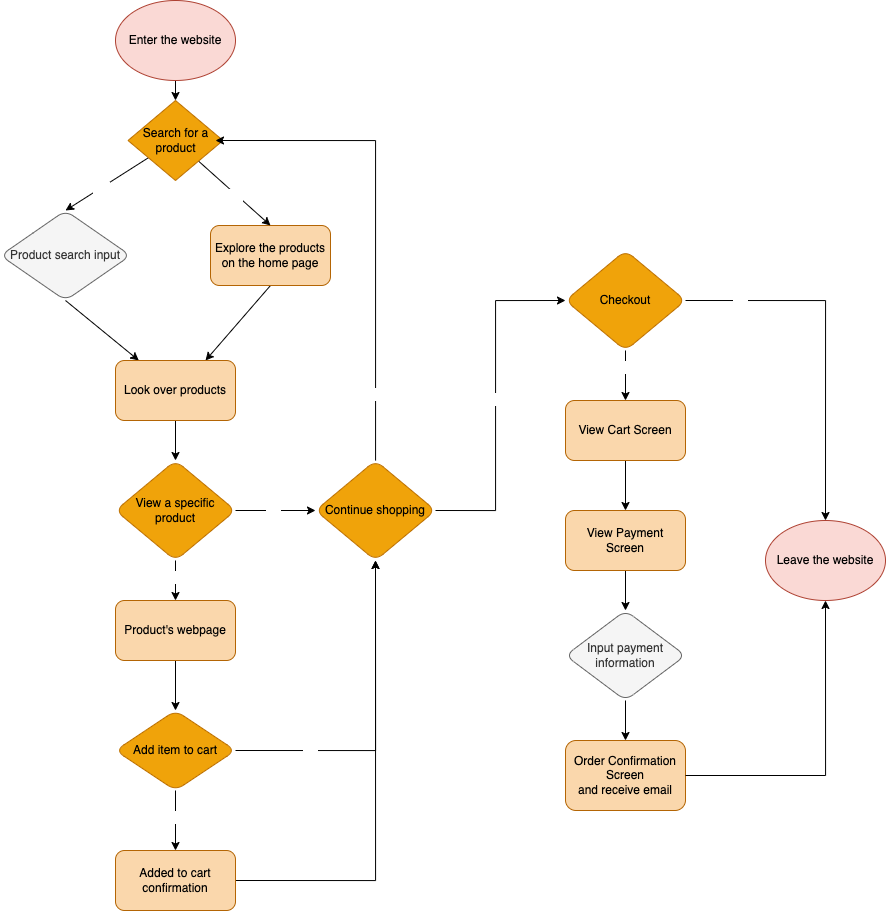
Earlier version of the draw.io export explore/diagramming/diagram.drawio.png (compivar/fa22-cse110-lab4). Source tidied: cells renumbered, new cells last; positions are measured from the earlier drawing's top-left corner, leaving out a move shared by most shapes.
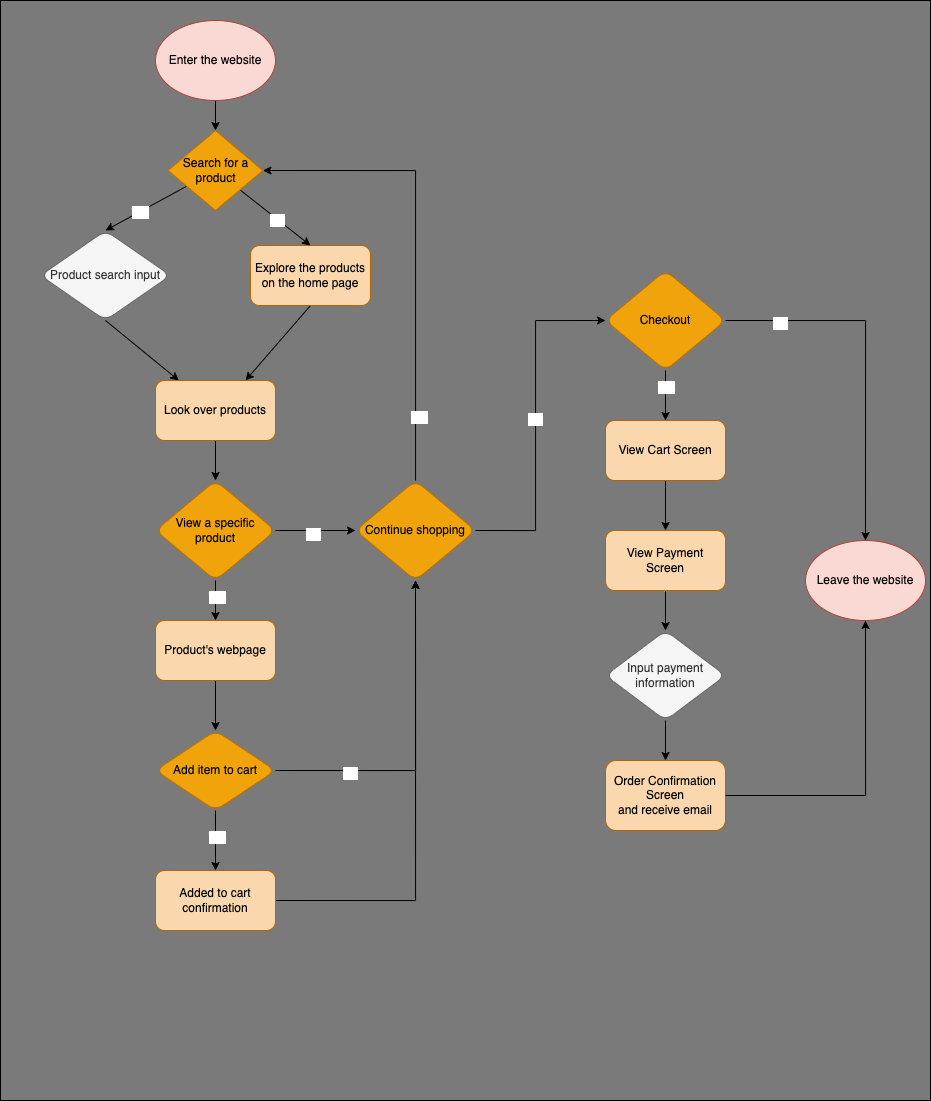
After the commit.

Commit message:
Updated diagram background

Diff of the diagram source:
```diff
@@ -1,6 +1,10 @@
 <mxGraphModel>
   <root>
     <mxCell id="0" />
+    <mxCell id="47" value="Background Color" parent="0" />
+    <mxCell id="48" style="rounded=0;whiteSpace=wrap;html=1;fontColor=#FFFFFF;fillColor=#7A7A7A;" parent="47" vertex="1">
+      <mxGeometry x="-40" y="-20" width="930" height="1100" as="geometry" />
+    </mxCell>
     <mxCell id="1" parent="0" />
     <mxCell id="2" style="edgeStyle=none;html=1;fontColor=#000000;entryX=0.5;entryY=0;entryDx=0;entryDy=0;" parent="1" edge="1" source="3" target="33">
       <mxGeometry relative="1" as="geometry" />
@@ -111,13 +115,12 @@
       </mxGeometry>
     </mxCell>
     <mxCell id="33" value="Search for a product" style="rhombus;whiteSpace=wrap;html=1;fontColor=#000000;fillColor=#f0a30a;strokeColor=#BD7000;" parent="1" vertex="1">
-      <mxGeometry x="127.5" y="100" width="95" height="80" as="geometry" />
+      <mxGeometry x="127.5" y="110" width="95" height="80" as="geometry" />
     </mxCell>
-    <mxCell id="34" style="edgeStyle=orthogonalEdgeStyle;rounded=0;html=1;fontColor=#000000;" parent="1" edge="1" source="23">
+    <mxCell id="34" style="edgeStyle=orthogonalEdgeStyle;rounded=0;html=1;fontColor=#000000;entryX=1;entryY=0.5;entryDx=0;entryDy=0;" parent="1" edge="1" source="23" target="33">
       <mxGeometry relative="1" as="geometry">
-        <mxPoint x="215" y="140" as="targetPoint" />
         <Array as="points">
-          <mxPoint x="375" y="140" />
+          <mxPoint x="375" y="150" />
         </Array>
       </mxGeometry>
     </mxCell>
```
